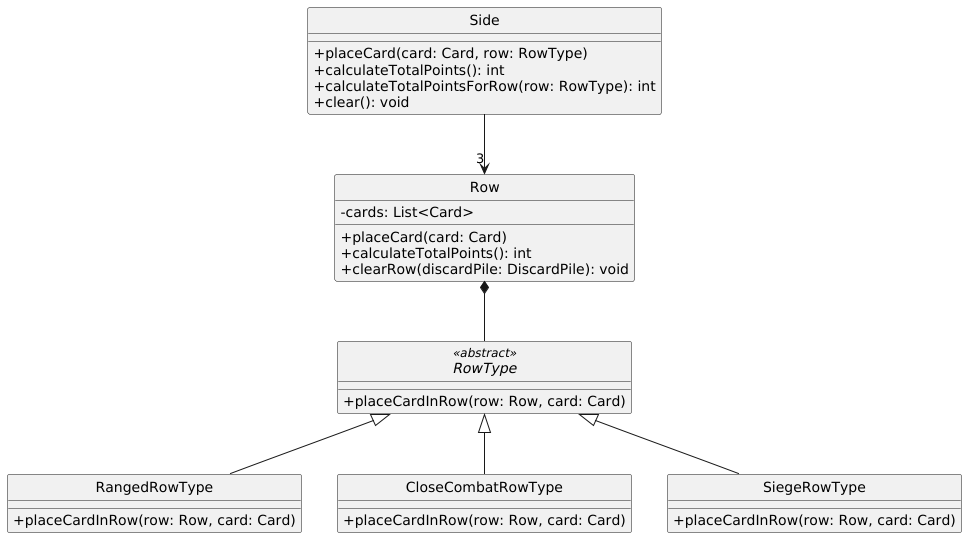
Above: diagrams/classes/side.png in Yonhir/algo3_proyecto_base_tp2 (PlantUML), before the change. Its diagram source:
```plantuml
@startuml

skinparam monochrome true
hide circle
skinparam classAttributeIconSize 0


class Side {
  +placeCard(card: Card, row: RowType)
  +calculateTotalPoints(): int
  +calculateTotalPointsForRow(row: RowType): int
  +clear(): void
}

class Row {
  -cards: List<Card>
  +placeCard(card: Card)
  +calculateTotalPoints(): int
  +clearRow(discardPile: DiscardPile): void
}

abstract class RowType <<abstract>> {
  +placeCardInRow(row: Row, card: Card)
}

class RangedRowType extends RowType {
  +placeCardInRow(row: Row, card: Card)
}

class CloseCombatRowType extends RowType {
  +placeCardInRow(row: Row, card: Card)
}

class SiegeRowType extends RowType {
  +placeCardInRow(row: Row, card: Card)
}


Side --> "3" Row
Row *-- RowType

@enduml
```
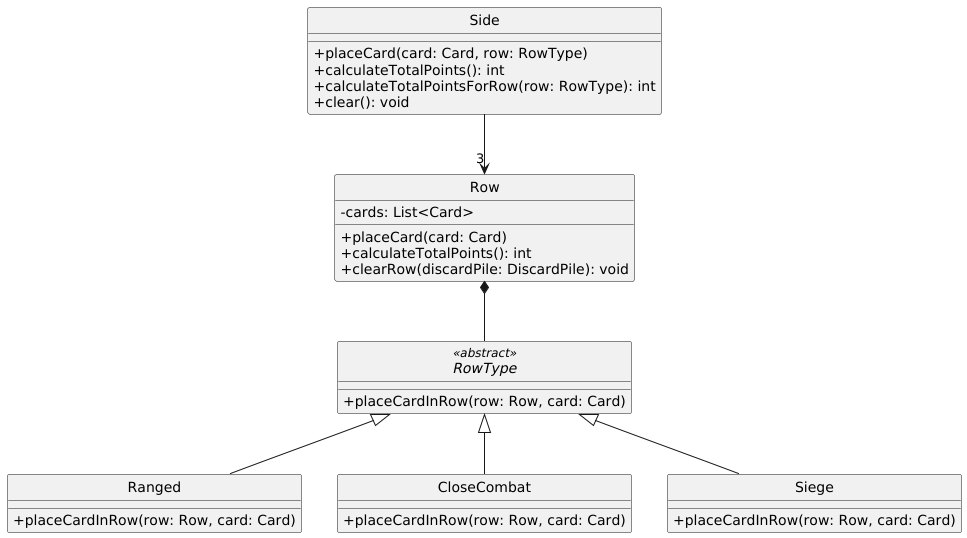
After the commit.

Change to the diagram source:
```diff
@@ -23,15 +23,15 @@
   +placeCardInRow(row: Row, card: Card)
 }
 
-class RangedRowType extends RowType {
+class Ranged extends RowType {
   +placeCardInRow(row: Row, card: Card)
 }
 
-class CloseCombatRowType extends RowType {
+class CloseCombat extends RowType {
   +placeCardInRow(row: Row, card: Card)
 }
 
-class SiegeRowType extends RowType {
+class Siege extends RowType {
   +placeCardInRow(row: Row, card: Card)
 }
 
```
